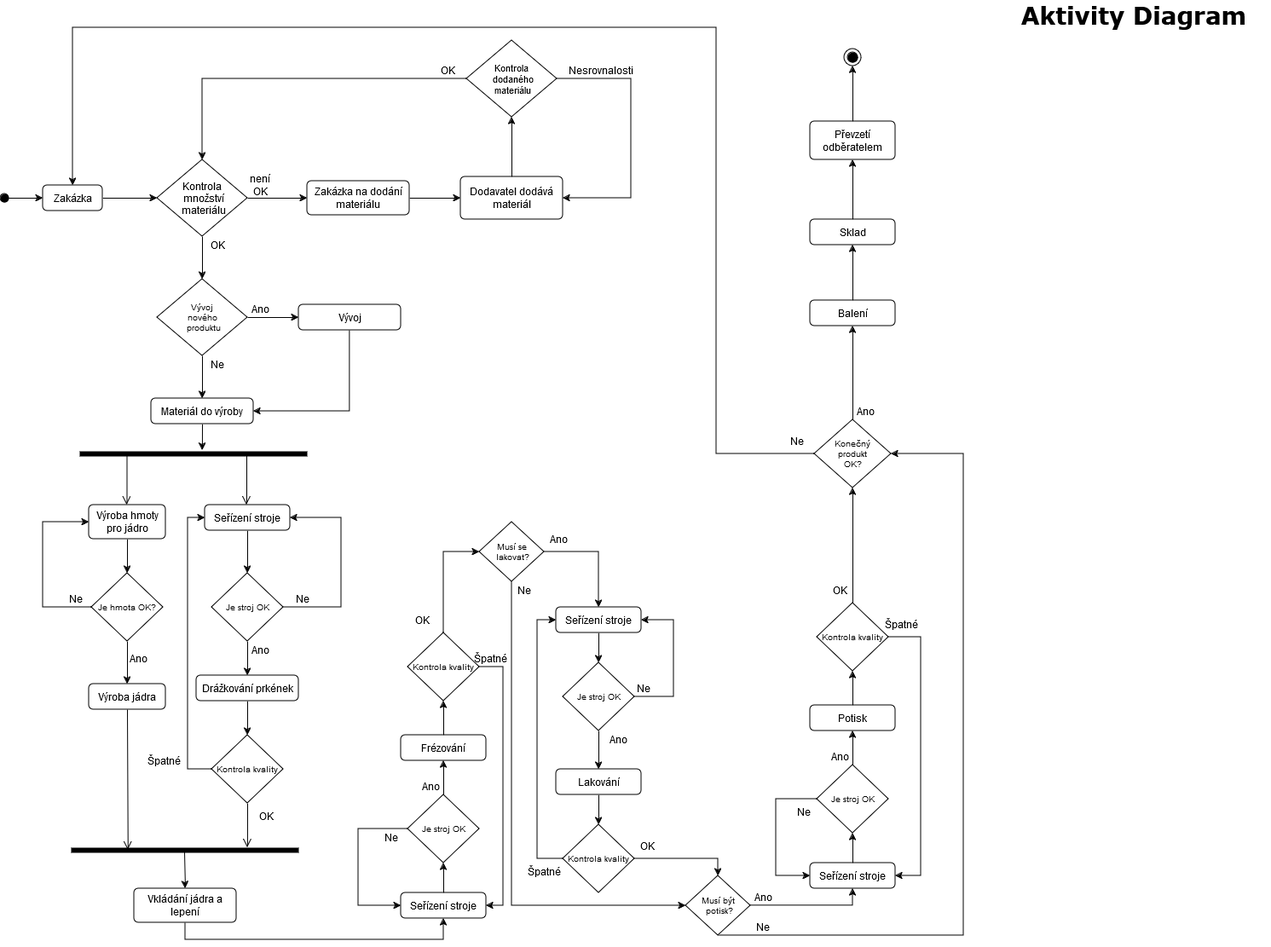
KarelMasa/pg keeps this draw.io diagram as SW_ING/Tuzka_Aktivity.png. Above is the earlier version. Source tidied: cells renumbered, new cells last; positions are measured from the earlier drawing's top-left corner, leaving out a move shared by most shapes.
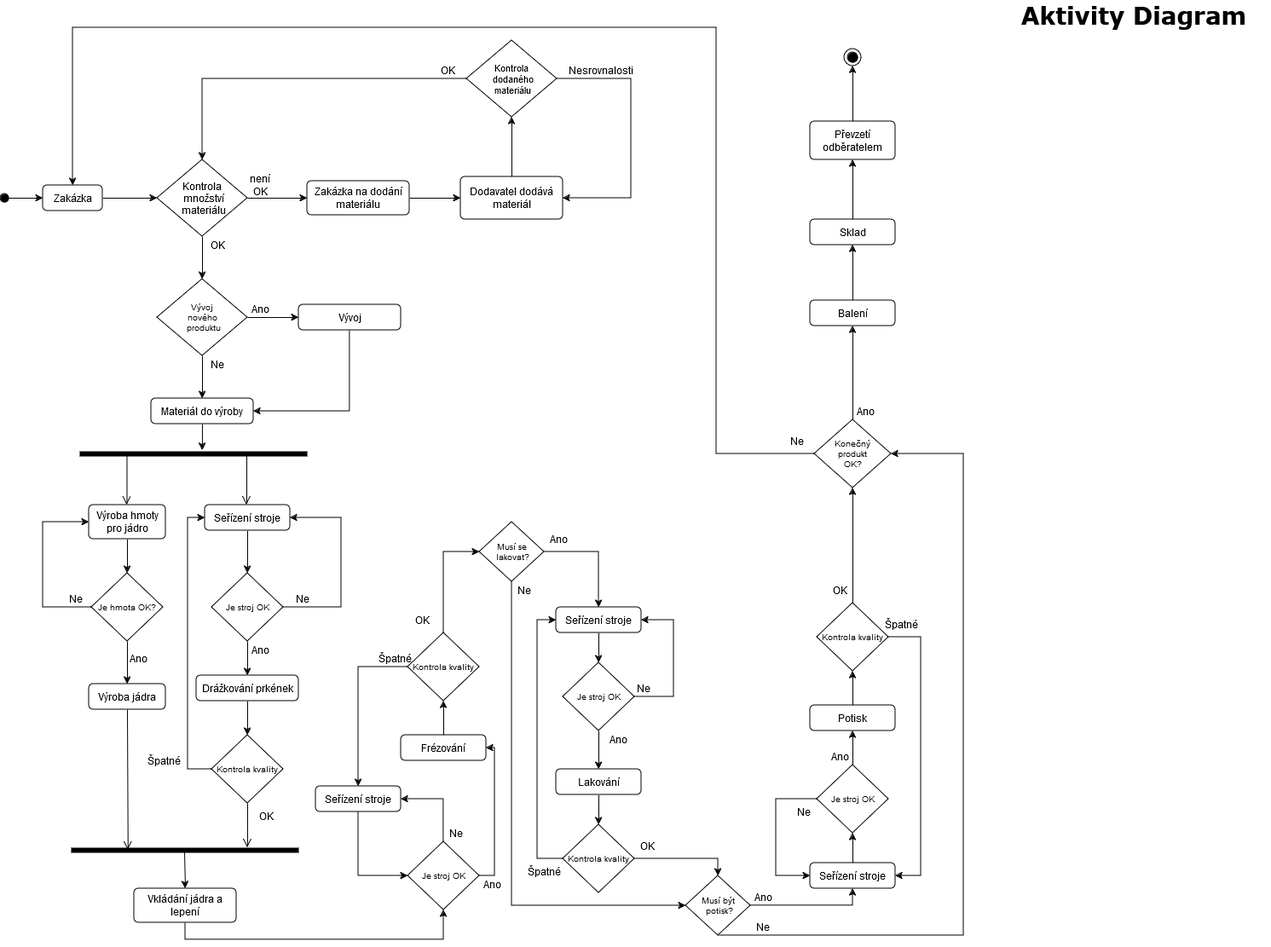
The same file after the commit.

What changed in the source:
```diff
@@ -36,7 +36,7 @@
     <mxCell id="11" value="Vývoj" style="html=1;align=center;verticalAlign=middle;rounded=1;absoluteArcSize=1;arcSize=10;dashed=0;whiteSpace=wrap;" parent="1" vertex="1">
       <mxGeometry x="350" y="355" width="120" height="30" as="geometry" />
     </mxCell>
-    <mxCell id="12" style="edgeStyle=orthogonalEdgeStyle;rounded=0;jettySize=auto;html=1;entryX=0.5;entryY=1;entryDx=0;entryDy=0;exitX=0.5;exitY=1;exitDx=0;exitDy=0;" parent="1" edge="1" source="13" target="60">
+    <mxCell id="12" style="edgeStyle=orthogonalEdgeStyle;rounded=0;jettySize=auto;html=1;entryX=0.5;entryY=1;entryDx=0;entryDy=0;exitX=0.5;exitY=1;exitDx=0;exitDy=0;" parent="1" edge="1" source="13" target="63">
       <mxGeometry relative="1" as="geometry" />
     </mxCell>
     <mxCell id="13" value="Vkládání jádra a lepení" style="html=1;align=center;verticalAlign=middle;rounded=1;absoluteArcSize=1;arcSize=10;dashed=0;whiteSpace=wrap;" parent="1" vertex="1">
@@ -202,16 +202,20 @@
     <mxCell id="58" value="Ano" style="text;strokeColor=none;align=center;fillColor=none;html=1;verticalAlign=middle;whiteSpace=wrap;rounded=0;" parent="1" vertex="1">
       <mxGeometry x="290" y="750" width="30" height="20" as="geometry" />
     </mxCell>
-    <mxCell id="59" style="rounded=0;jettySize=auto;html=1;" parent="1" edge="1" source="60" target="63">
+    <mxCell id="59" style="rounded=0;jettySize=auto;html=1;entryX=0.5;entryY=0;entryDx=0;entryDy=0;exitX=1;exitY=0.5;exitDx=0;exitDy=0;edgeStyle=orthogonalEdgeStyle;endArrow=none;endFill=0;startArrow=classic;startFill=1;" parent="1" edge="1" source="60" target="63">
       <mxGeometry relative="1" as="geometry" />
     </mxCell>
     <mxCell id="60" value="Seřízení stroje" style="html=1;align=center;verticalAlign=middle;rounded=1;absoluteArcSize=1;arcSize=10;dashed=0;whiteSpace=wrap;" parent="1" vertex="1">
-      <mxGeometry x="470" y="1045" width="100" height="30" as="geometry" />
+      <mxGeometry x="370" y="920" width="100" height="30" as="geometry" />
     </mxCell>
-    <mxCell id="61" style="rounded=0;jettySize=auto;html=1;entryX=0.5;entryY=1;entryDx=0;entryDy=0;" parent="1" edge="1" source="63" target="30">
-      <mxGeometry relative="1" as="geometry" />
+    <mxCell id="61" style="rounded=0;jettySize=auto;html=1;entryX=1;entryY=0.5;entryDx=0;entryDy=0;exitX=1;exitY=0.5;exitDx=0;exitDy=0;edgeStyle=elbowEdgeStyle;" parent="1" edge="1" source="63" target="30">
+      <mxGeometry relative="1" as="geometry">
+        <Array as="points">
+          <mxPoint x="580" y="950" />
+        </Array>
+      </mxGeometry>
     </mxCell>
-    <mxCell id="62" style="edgeStyle=elbowEdgeStyle;rounded=0;jettySize=auto;html=1;entryX=0;entryY=0.5;entryDx=0;entryDy=0;" parent="1" edge="1" source="63" target="60">
+    <mxCell id="62" style="edgeStyle=elbowEdgeStyle;rounded=0;jettySize=auto;html=1;entryX=0.5;entryY=1;entryDx=0;entryDy=0;startArrow=classic;startFill=1;endArrow=none;endFill=0;exitX=0;exitY=0.5;exitDx=0;exitDy=0;" parent="1" edge="1" source="63" target="60">
       <mxGeometry relative="1" as="geometry">
         <Array as="points">
           <mxPoint x="420" y="1020" />
@@ -219,12 +223,12 @@
       </mxGeometry>
     </mxCell>
     <mxCell id="63" value="Je stroj OK" style="rhombus;fontSize=10;" parent="1" vertex="1">
-      <mxGeometry x="478" y="930" width="84" height="80" as="geometry" />
+      <mxGeometry x="478" y="985" width="84" height="80" as="geometry" />
     </mxCell>
-    <mxCell id="64" style="edgeStyle=elbowEdgeStyle;rounded=0;jettySize=auto;html=1;entryX=1;entryY=0.5;entryDx=0;entryDy=0;" parent="1" edge="1" source="66" target="60">
+    <mxCell id="64" style="edgeStyle=elbowEdgeStyle;rounded=0;jettySize=auto;html=1;entryX=0.5;entryY=0;entryDx=0;entryDy=0;" parent="1" edge="1" source="66" target="60">
       <mxGeometry relative="1" as="geometry">
         <Array as="points">
-          <mxPoint x="590" y="920" />
+          <mxPoint x="420" y="850" />
         </Array>
       </mxGeometry>
     </mxCell>
@@ -270,10 +274,10 @@
       <mxGeometry x="480" y="715" width="30" height="20" as="geometry" />
     </mxCell>
     <mxCell id="76" value="Špatné" style="text;strokeColor=none;align=center;fillColor=none;html=1;verticalAlign=middle;whiteSpace=wrap;rounded=0;" parent="1" vertex="1">
-      <mxGeometry x="560" y="760" width="30" height="20" as="geometry" />
+      <mxGeometry x="448" y="760" width="30" height="20" as="geometry" />
     </mxCell>
     <mxCell id="77" value="Ne" style="text;strokeColor=none;align=center;fillColor=none;html=1;verticalAlign=middle;whiteSpace=wrap;rounded=0;" parent="1" vertex="1">
-      <mxGeometry x="444" y="970" width="30" height="20" as="geometry" />
+      <mxGeometry x="520" y="965" width="30" height="20" as="geometry" />
     </mxCell>
     <mxCell id="78" value="Ano" style="text;strokeColor=none;align=center;fillColor=none;html=1;verticalAlign=middle;whiteSpace=wrap;rounded=0;" parent="1" vertex="1">
       <mxGeometry x="1000" y="470" width="30" height="20" as="geometry" />
@@ -288,7 +292,7 @@
       <mxGeometry x="710" y="855" width="30" height="20" as="geometry" />
     </mxCell>
     <mxCell id="82" value="Ano" style="text;strokeColor=none;align=center;fillColor=none;html=1;verticalAlign=middle;whiteSpace=wrap;rounded=0;" parent="1" vertex="1">
-      <mxGeometry x="490" y="910" width="30" height="20" as="geometry" />
+      <mxGeometry x="562" y="1025" width="30" height="20" as="geometry" />
     </mxCell>
     <mxCell id="83" style="rounded=0;jettySize=auto;html=1;entryX=0.5;entryY=1;entryDx=0;entryDy=0;" parent="1" edge="1" source="84" target="102">
       <mxGeometry relative="1" as="geometry" />
```
